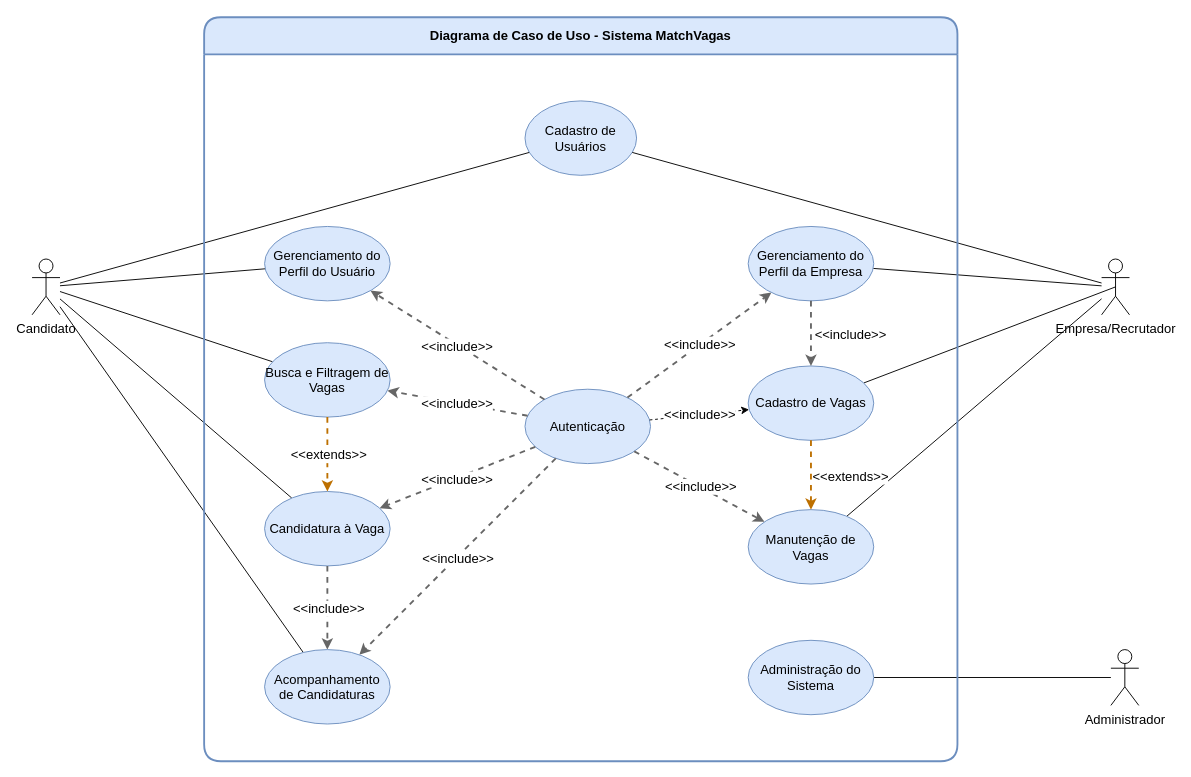
Earlier version of the draw.io diagram Diagramas/Use-case diagram - MatchVagas.dio (MatchVagas/Documentation). Source tidied: cells renumbered, new cells numbered last; positions are measured from the earlier drawing's top-left corner, leaving out a move shared by most shapes. Both pictures are drawn from the tidied source at 93%, with x=0, y=0 at pixel (32, 17).
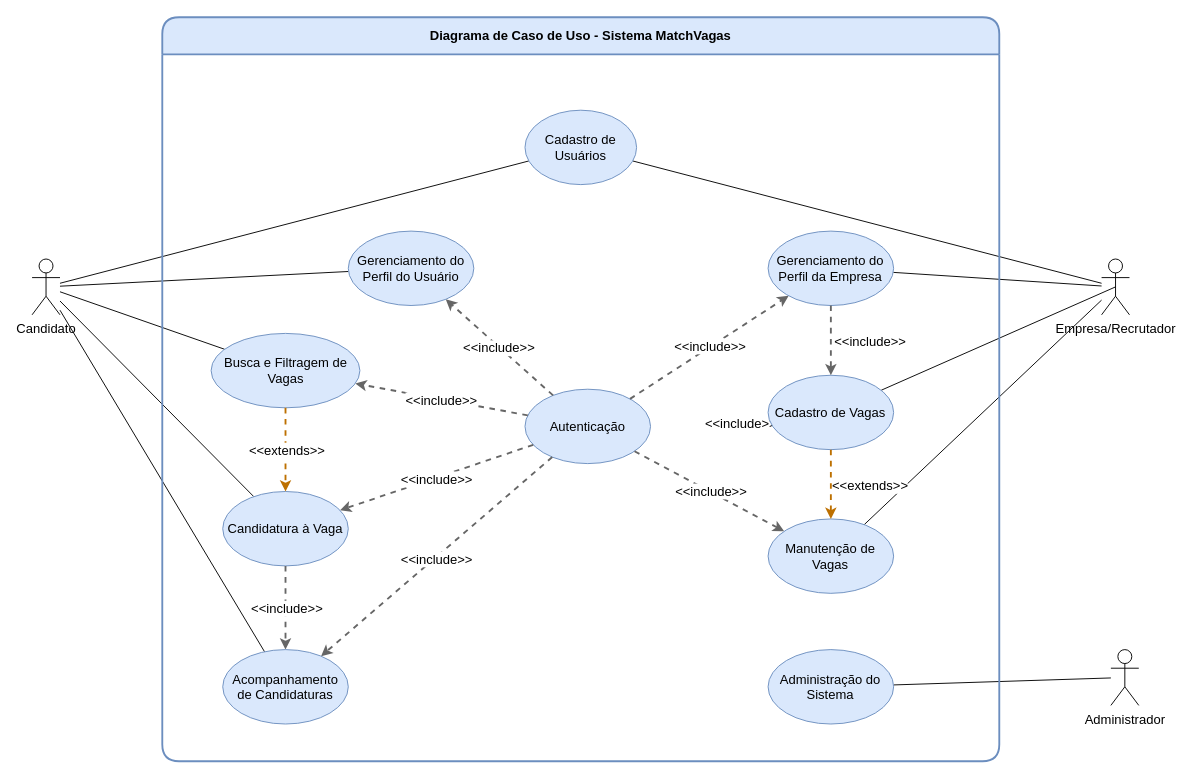
The same page after the edit.

Commit message:
Adicionado o Diagrama de Caso de Uso Geral

Unchanged cells that the change refers to:
```xml
<mxCell id="3" value="Autenticação" style="ellipse;whiteSpace=wrap;html=1;fillColor=#dae8fc;strokeColor=#6c8ebf;fontSize=14;" parent="1" vertex="1">
  <mxGeometry x="530" y="400" width="135" height="80" as="geometry" />
</mxCell>
```

The edit, as a diff of the source:
```diff
@@
-    <mxCell id="2" value="Cadastro de Usuários" style="ellipse;whiteSpace=wrap;html=1;fillColor=#dae8fc;strokeColor=#6c8ebf;fontSize=14;" parent="1" vertex="1">
-      <mxGeometry x="530" y="90" width="120" height="80" as="geometry" />
-    </mxCell>
@@
-    <mxCell id="12" style="endArrow=classic;html=1;rounded=0;dashed=1;fontSize=14;" parent="1" edge="1" source="3" target="33">
-      <mxGeometry relative="1" as="geometry" />
+    <mxCell id="12" style="endArrow=classic;html=1;rounded=0;dashed=1;fontSize=14;" parent="1" edge="1" target="33">
+      <mxGeometry relative="1" as="geometry">
+        <mxPoint x="730" y="441.9" as="sourcePoint" />
+      </mxGeometry>
     </mxCell>
@@
     <mxCell id="31" value="&lt;font&gt;Diagrama de Caso de Uso - Sistema MatchVagas&lt;/font&gt;" style="swimlane;whiteSpace=wrap;html=1;startSize=40;rounded=1;strokeWidth=2;fillColor=#dae8fc;strokeColor=#6c8ebf;fontSize=14;" parent="1" vertex="1">
-      <mxGeometry x="185" width="810" height="800" as="geometry" />
+      <mxGeometry x="140" width="900" height="800" as="geometry" />
     </mxCell>
     <mxCell id="32" value="Gerenciamento do Perfil da Empresa" style="ellipse;whiteSpace=wrap;html=1;fillColor=#dae8fc;strokeColor=#6c8ebf;fontSize=14;" parent="31" vertex="1">
-      <mxGeometry x="585" y="225" width="135" height="80" as="geometry" />
+      <mxGeometry x="651.4" y="230" width="135" height="80" as="geometry" />
     </mxCell>
     <mxCell id="33" value="Cadastro de Vagas" style="ellipse;whiteSpace=wrap;html=1;fillColor=#dae8fc;strokeColor=#6c8ebf;fontSize=14;" parent="31" vertex="1">
-      <mxGeometry x="585" y="375" width="135" height="80" as="geometry" />
+      <mxGeometry x="651.4" y="385" width="135" height="80" as="geometry" />
     </mxCell>
     <mxCell id="34" value="Manutenção de Vagas" style="ellipse;whiteSpace=wrap;html=1;fillColor=#dae8fc;strokeColor=#6c8ebf;fontSize=14;" parent="31" vertex="1">
-      <mxGeometry x="585" y="529.5" width="135" height="80" as="geometry" />
+      <mxGeometry x="651.4" y="539.5" width="135" height="80" as="geometry" />
     </mxCell>
     <mxCell id="35" value="Administração do Sistema" style="ellipse;whiteSpace=wrap;html=1;fillColor=#dae8fc;strokeColor=#6c8ebf;fontSize=14;" parent="31" vertex="1">
-      <mxGeometry x="585" y="670" width="135" height="80" as="geometry" />
+      <mxGeometry x="651.4" y="680" width="135" height="80" as="geometry" />
     </mxCell>
@@
     <mxCell id="40" value="Gerenciamento do Perfil do Usuário" style="ellipse;whiteSpace=wrap;html=1;fillColor=#dae8fc;strokeColor=#6c8ebf;fontSize=14;" parent="31" vertex="1">
-      <mxGeometry x="65" y="225" width="135" height="80" as="geometry" />
+      <mxGeometry x="200" y="230" width="135" height="80" as="geometry" />
     </mxCell>
     <mxCell id="41" value="Busca e Filtragem de Vagas" style="ellipse;whiteSpace=wrap;html=1;fillColor=#dae8fc;strokeColor=#6c8ebf;fontSize=14;" parent="31" vertex="1">
-      <mxGeometry x="65" y="350" width="135" height="80" as="geometry" />
+      <mxGeometry x="52.5" y="340" width="160" height="80" as="geometry" />
     </mxCell>
@@
+    <mxCell id="2" value="Cadastro de Usuários" style="ellipse;whiteSpace=wrap;html=1;fillColor=#dae8fc;strokeColor=#6c8ebf;fontSize=14;" parent="31" vertex="1">
+      <mxGeometry x="390" y="100" width="120" height="80" as="geometry" />
+    </mxCell>
```
